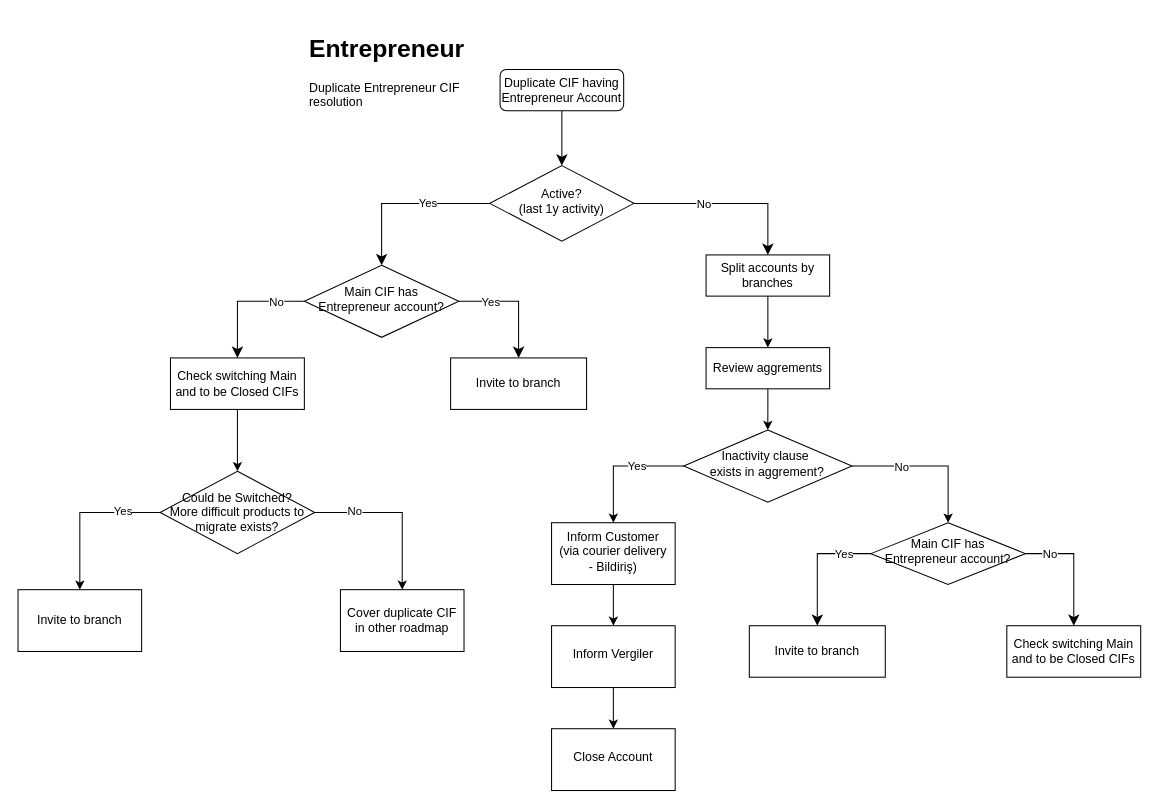
Earlier version of the draw.io diagram Entrepreneur Dup.drawio (Sarkhan999/Diagrams). Source tidied: cells renumbered, new cells numbered last; positions are measured from the earlier drawing's top-left corner, leaving out a move shared by most shapes. Both pictures are drawn from the tidied source at 103%, with x=0, y=0 at pixel (18, 28).
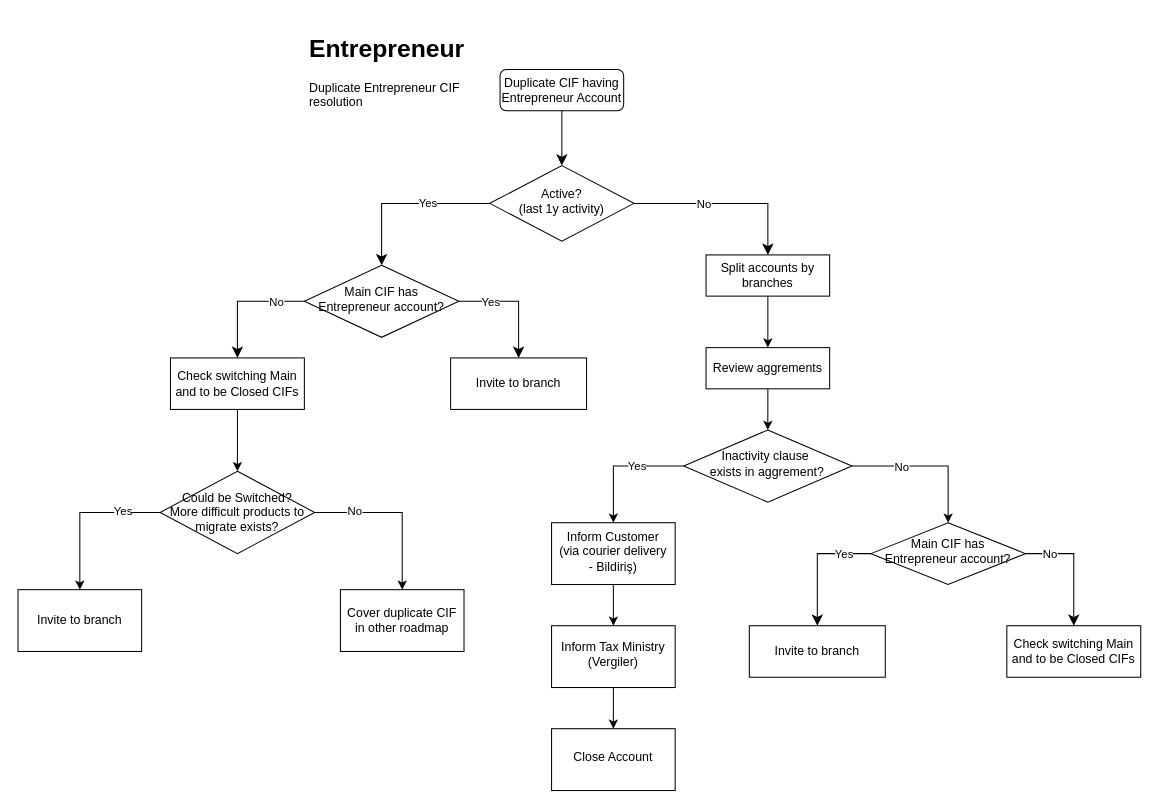
After the change.

Commit message:
Tax Ministry Vergiler renamed

The edit, as a diff of the source:
```diff
@@
-    <mxCell id="30" value="Inform Vergiler" style="whiteSpace=wrap;html=1;shadow=0;strokeWidth=1;spacing=6;spacingTop=-4;" parent="1" vertex="1">
+    <mxCell id="30" value="Inform Tax Ministry&lt;br&gt;(Vergiler)" style="whiteSpace=wrap;html=1;shadow=0;strokeWidth=1;spacing=6;spacingTop=-4;" parent="1" vertex="1">
       <mxGeometry x="518" y="580" width="120" height="60" as="geometry" />
     </mxCell>
```
